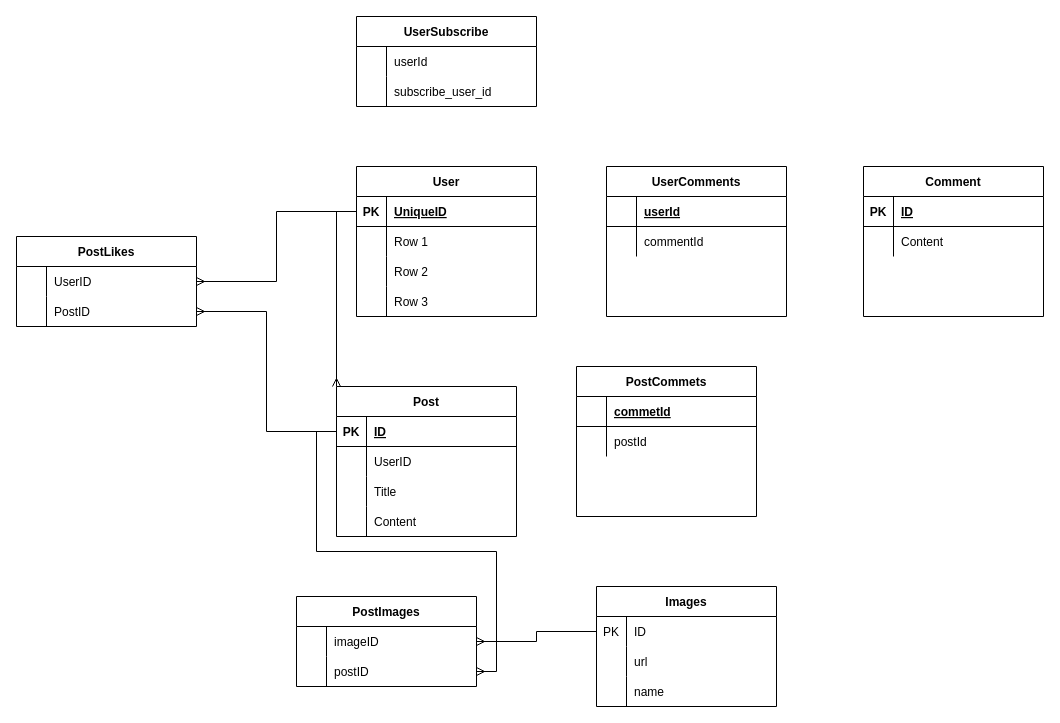
Before: Диаграмма без названия.drawio in Dulatbay/exNasaApp, a draw.io diagram. Source tidied: cells renumbered, new cells numbered last; positions are measured from the earlier drawing's top-left corner, leaving out a move shared by most shapes. Both pictures are drawn from the tidied source at 100%, with x=0, y=0 at pixel (16, 16).
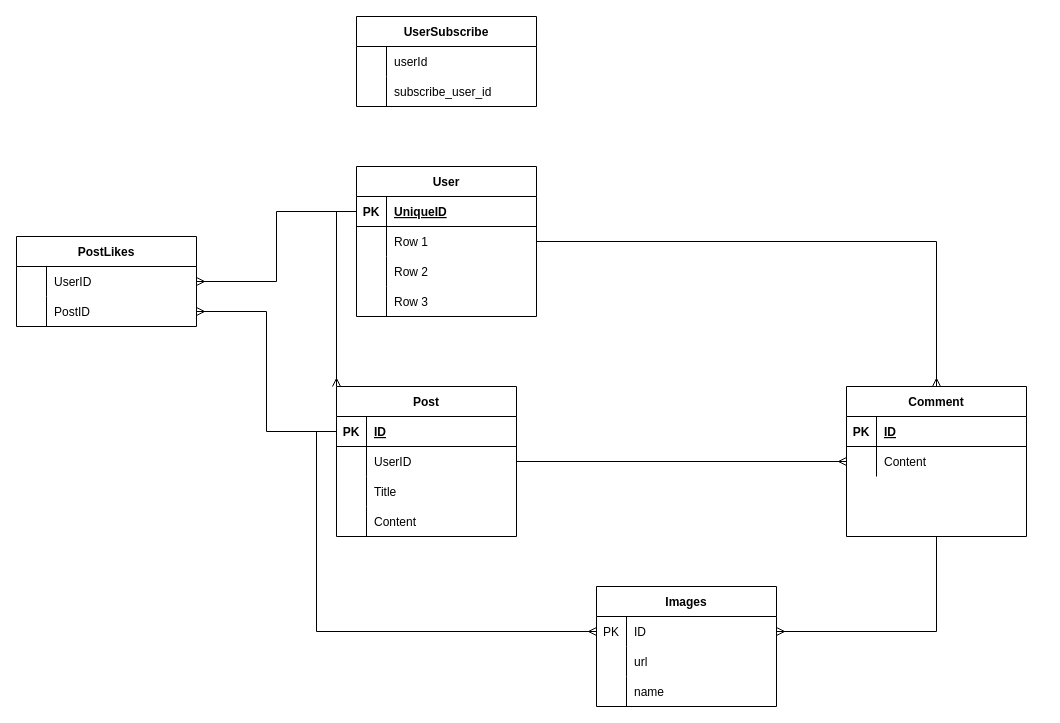
The same diagram, later.

The change refers to these unchanged cells:
```xml
<mxCell id="4" style="shape=tableRow;horizontal=0;startSize=0;swimlaneHead=0;swimlaneBody=0;fillColor=none;points=[[0,0.5],[1,0.5]];portConstraint=eastwest;top=0;left=0;right=0;bottom=1;" parent="3" vertex="1">
  <mxGeometry y="30" width="180" height="30" as="geometry" />
</mxCell>
<mxCell id="7" style="shape=tableRow;horizontal=0;startSize=0;swimlaneHead=0;swimlaneBody=0;fillColor=none;points=[[0,0.5],[1,0.5]];portConstraint=eastwest;top=0;left=0;right=0;bottom=0;" parent="3" vertex="1">
  <mxGeometry y="60" width="180" height="30" as="geometry" />
</mxCell>
<mxCell id="20" style="shape=tableRow;horizontal=0;startSize=0;swimlaneHead=0;swimlaneBody=0;fillColor=none;points=[[0,0.5],[1,0.5]];portConstraint=eastwest;top=0;left=0;right=0;bottom=0;" parent="16" vertex="1">
  <mxGeometry y="60" width="180" height="30" as="geometry" />
</mxCell>
<mxCell id="46" style="shape=tableRow;horizontal=0;startSize=0;swimlaneHead=0;swimlaneBody=0;fillColor=none;points=[[0,0.5],[1,0.5]];portConstraint=eastwest;top=0;left=0;right=0;bottom=0;" parent="45" vertex="1">
  <mxGeometry y="30" width="180" height="30" as="geometry" />
</mxCell>
<mxCell id="57" value="User" style="shape=table;startSize=30;childLayout=tableLayout;rowLines=0;fontStyle=1;align=center;" parent="1" vertex="1">
  <mxGeometry x="340" y="150" width="180" height="150" as="geometry" />
</mxCell>
```

The edit, as a diff of the source:
```diff
@@
+    <mxCell id="85" style="edgeStyle=orthogonalEdgeStyle;rounded=0;jettySize=auto;html=1;entryX=1;entryY=0.5;entryDx=0;entryDy=0;endArrow=ERmany;endFill=0;" parent="1" edge="1" source="16" target="46">
+      <mxGeometry relative="1" as="geometry" />
+    </mxCell>
     <mxCell id="16" value="Comment" style="shape=table;startSize=30;childLayout=tableLayout;rowLines=0;fontStyle=1;align=center;" parent="1" vertex="1">
-      <mxGeometry x="847" y="150" width="180" height="150" as="geometry" />
+      <mxGeometry x="830" y="370" width="180" height="150" as="geometry" />
     </mxCell>
@@
-    <mxCell id="23" style="edgeStyle=orthogonalEdgeStyle;rounded=0;jettySize=auto;html=1;startArrow=ERmany;startFill=0;endArrow=none;endFill=0;" parent="1" edge="1" source="24" target="46">
-      <mxGeometry relative="1" as="geometry" />
-    </mxCell>
-    <mxCell id="24" value="PostImages" style="shape=table;startSize=30;childLayout=tableLayout;rowLines=0;fontStyle=1;align=center;" parent="1" vertex="1">
-      <mxGeometry x="280" y="580" width="180" height="90" as="geometry" />
-    </mxCell>
-    <mxCell id="25" style="shape=tableRow;horizontal=0;startSize=0;swimlaneHead=0;swimlaneBody=0;fillColor=none;top=0;left=0;right=0;bottom=0;" parent="24" vertex="1">
-      <mxGeometry y="30" width="180" height="30" as="geometry" />
-    </mxCell>
-    <mxCell id="26" style="shape=partialRectangle;fillColor=none;top=0;left=0;bottom=0;right=0;overflow=hidden;" parent="25" vertex="1">
-      <mxGeometry width="30" height="30" as="geometry" />
-    </mxCell>
-    <mxCell id="27" value="imageID" style="shape=partialRectangle;fillColor=none;top=0;left=0;bottom=0;right=0;align=left;spacingLeft=6;overflow=hidden;" parent="25" vertex="1">
-      <mxGeometry x="30" width="150" height="30" as="geometry" />
-    </mxCell>
-    <mxCell id="28" style="shape=tableRow;horizontal=0;startSize=0;swimlaneHead=0;swimlaneBody=0;fillColor=none;points=[[0,0.5],[1,0.5]];portConstraint=eastwest;top=0;left=0;right=0;bottom=0;" parent="24" vertex="1">
-      <mxGeometry y="60" width="180" height="30" as="geometry" />
-    </mxCell>
-    <mxCell id="29" style="shape=partialRectangle;fillColor=none;top=0;left=0;bottom=0;right=0;overflow=hidden;" parent="28" vertex="1">
-      <mxGeometry width="30" height="30" as="geometry" />
-    </mxCell>
-    <mxCell id="30" value="postID" style="shape=partialRectangle;fillColor=none;top=0;left=0;bottom=0;right=0;align=left;spacingLeft=6;overflow=hidden;" parent="28" vertex="1">
-      <mxGeometry x="30" width="150" height="30" as="geometry" />
-    </mxCell>
@@
-    <mxCell id="55" style="edgeStyle=orthogonalEdgeStyle;rounded=0;jettySize=auto;html=1;entryX=0;entryY=0.5;entryDx=0;entryDy=0;endArrow=none;endFill=0;startArrow=ERmany;startFill=0;" parent="1" edge="1" source="28" target="4">
+    <mxCell id="55" style="edgeStyle=orthogonalEdgeStyle;rounded=0;jettySize=auto;html=1;entryX=0;entryY=0.5;entryDx=0;entryDy=0;endArrow=none;endFill=0;startArrow=ERmany;startFill=0;" parent="1" edge="1" source="46" target="4">
       <mxGeometry relative="1" as="geometry" />
     </mxCell>
@@
+    <mxCell id="86" style="edgeStyle=orthogonalEdgeStyle;rounded=0;jettySize=auto;html=1;endArrow=ERmany;endFill=0;" parent="1" edge="1" source="57" target="16">
+      <mxGeometry relative="1" as="geometry" />
+    </mxCell>
@@
-    <mxCell id="71" value="PostCommets" style="shape=table;startSize=30;childLayout=tableLayout;rowLines=0;fontStyle=1;align=center;" parent="1" vertex="1">
-      <mxGeometry x="560" y="350" width="180" height="150" as="geometry" />
-    </mxCell>
-    <mxCell id="72" style="shape=tableRow;horizontal=0;startSize=0;swimlaneHead=0;swimlaneBody=0;fillColor=none;top=0;left=0;right=0;bottom=1;" parent="71" vertex="1">
-      <mxGeometry y="30" width="180" height="30" as="geometry" />
-    </mxCell>
-    <mxCell id="73" style="shape=partialRectangle;fillColor=none;top=0;left=0;bottom=0;right=0;fontStyle=1;overflow=hidden;" parent="72" vertex="1">
-      <mxGeometry width="30" height="30" as="geometry" />
-    </mxCell>
-    <mxCell id="74" value="commetId" style="shape=partialRectangle;fillColor=none;top=0;left=0;bottom=0;right=0;align=left;spacingLeft=6;fontStyle=5;overflow=hidden;" parent="72" vertex="1">
-      <mxGeometry x="30" width="150" height="30" as="geometry" />
-    </mxCell>
-    <mxCell id="75" style="shape=tableRow;horizontal=0;startSize=0;swimlaneHead=0;swimlaneBody=0;fillColor=none;top=0;left=0;right=0;bottom=0;" parent="71" vertex="1">
-      <mxGeometry y="60" width="180" height="30" as="geometry" />
-    </mxCell>
-    <mxCell id="76" style="shape=partialRectangle;fillColor=none;top=0;left=0;bottom=0;right=0;overflow=hidden;" parent="75" vertex="1">
-      <mxGeometry width="30" height="30" as="geometry" />
-    </mxCell>
-    <mxCell id="77" value="postId" style="shape=partialRectangle;fillColor=none;top=0;left=0;bottom=0;right=0;align=left;spacingLeft=6;overflow=hidden;" parent="75" vertex="1">
-      <mxGeometry x="30" width="150" height="30" as="geometry" />
-    </mxCell>
-    <mxCell id="78" value="UserComments" style="shape=table;startSize=30;childLayout=tableLayout;rowLines=0;fontStyle=1;align=center;" parent="1" vertex="1">
-      <mxGeometry x="590" y="150" width="180" height="150" as="geometry" />
-    </mxCell>
-    <mxCell id="79" style="shape=tableRow;horizontal=0;startSize=0;swimlaneHead=0;swimlaneBody=0;fillColor=none;top=0;left=0;right=0;bottom=1;" parent="78" vertex="1">
-      <mxGeometry y="30" width="180" height="30" as="geometry" />
-    </mxCell>
-    <mxCell id="80" style="shape=partialRectangle;fillColor=none;top=0;left=0;bottom=0;right=0;fontStyle=1;overflow=hidden;" parent="79" vertex="1">
-      <mxGeometry width="30" height="30" as="geometry" />
-    </mxCell>
-    <mxCell id="81" value="userId" style="shape=partialRectangle;fillColor=none;top=0;left=0;bottom=0;right=0;align=left;spacingLeft=6;fontStyle=5;overflow=hidden;" parent="79" vertex="1">
-      <mxGeometry x="30" width="150" height="30" as="geometry" />
-    </mxCell>
-    <mxCell id="82" style="shape=tableRow;horizontal=0;startSize=0;swimlaneHead=0;swimlaneBody=0;fillColor=none;top=0;left=0;right=0;bottom=0;" parent="78" vertex="1">
-      <mxGeometry y="60" width="180" height="30" as="geometry" />
-    </mxCell>
-    <mxCell id="83" style="shape=partialRectangle;fillColor=none;top=0;left=0;bottom=0;right=0;overflow=hidden;" parent="82" vertex="1">
-      <mxGeometry width="30" height="30" as="geometry" />
-    </mxCell>
-    <mxCell id="84" value="commentId" style="shape=partialRectangle;fillColor=none;top=0;left=0;bottom=0;right=0;align=left;spacingLeft=6;overflow=hidden;" parent="82" vertex="1">
-      <mxGeometry x="30" width="150" height="30" as="geometry" />
-    </mxCell>
+    <mxCell id="87" style="edgeStyle=orthogonalEdgeStyle;rounded=0;jettySize=auto;html=1;endArrow=ERmany;endFill=0;" parent="1" edge="1" source="7" target="20">
+      <mxGeometry relative="1" as="geometry" />
+    </mxCell>
```
